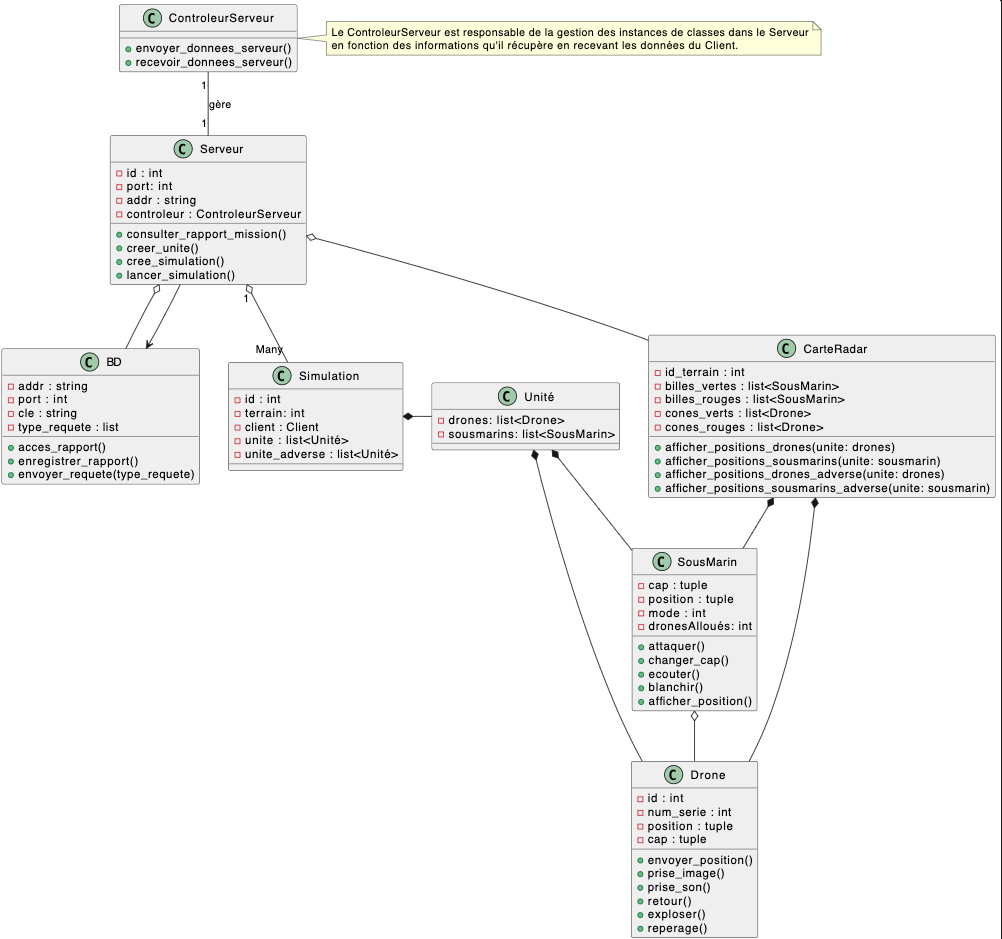
Earlier version of the PlantUML export Diagramme/Axe statique (classes et méthodes)/serveur.png (iDevelopp/I62Projet). Its source is kept beside it as Diagramme/Axe statique (classes et méthodes)/serveur.plantuml.
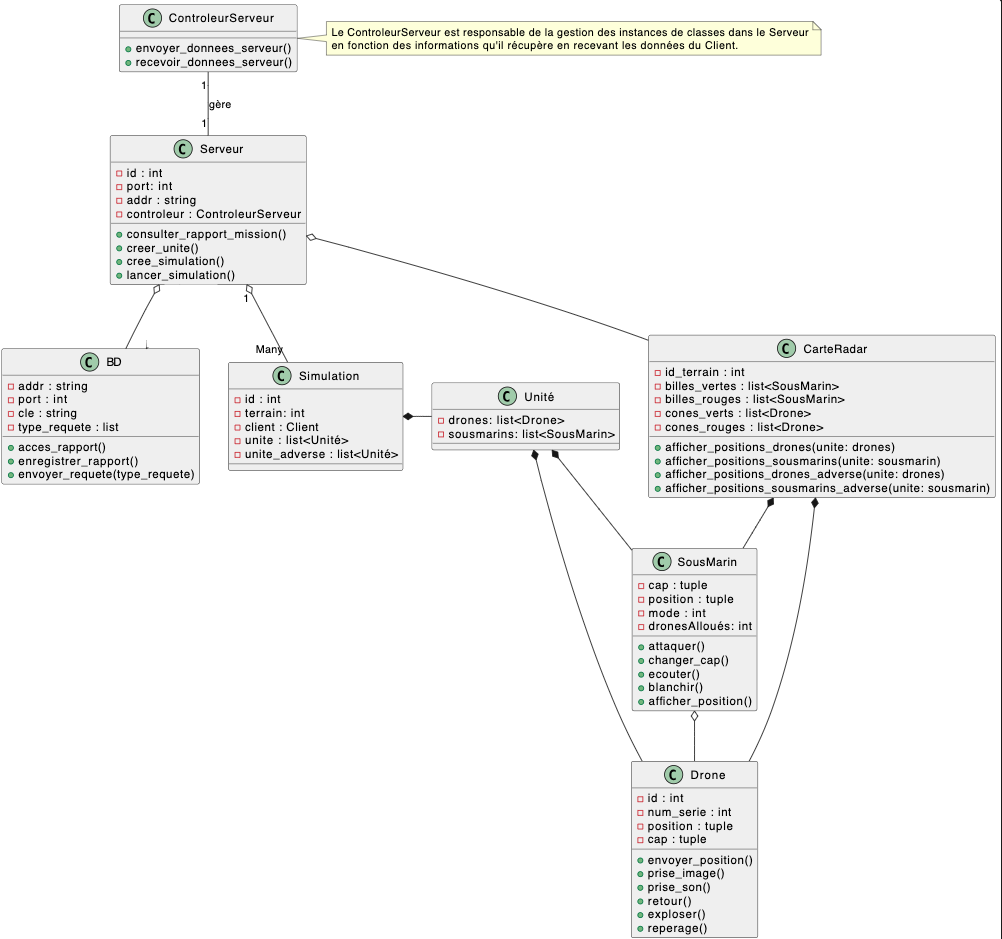
After the commit.

What changed in the source:
```diff
@@ -65,7 +65,7 @@
     + reperage()
 }
 
-class CarteRadar{
+class Sitac{
     - id_terrain : int
     - billes_vertes : list<SousMarin>
     - billes_rouges : list<SousMarin>
@@ -89,8 +89,8 @@
 Unité *-- Drone
 Unité *-- SousMarin
 SousMarin o-- Drone
-CarteRadar *-- Drone
-CarteRadar *-- SousMarin
+Sitac *-- Drone
+Sitac *-- SousMarin
 
 note right of ControleurServeur
   Le ControleurServeur est responsable de la gestion des instances de classes dans le Serveur
```
